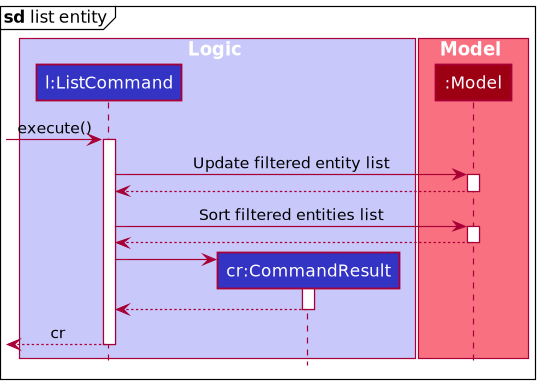
nus-cs2103-AY2021S2/tp keeps this PlantUML diagram as docs/images/ListSequenceDiagramSpecific.png. Above is the earlier version.
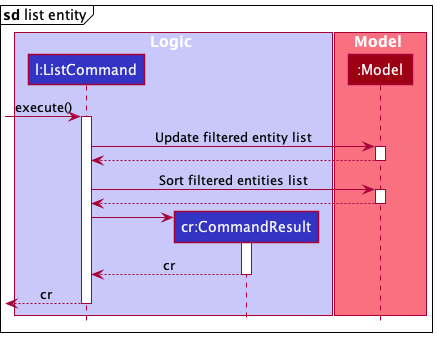
Later version of the same file.

Diff of the diagram source:
```diff
@@ -30,7 +30,7 @@
 create CommandResult
 ListCommand -> CommandResult
 activate CommandResult
-CommandResult --> ListCommand
+CommandResult --> ListCommand : cr
 deactivate CommandResult
 
 [<-- ListCommand : cr
```
